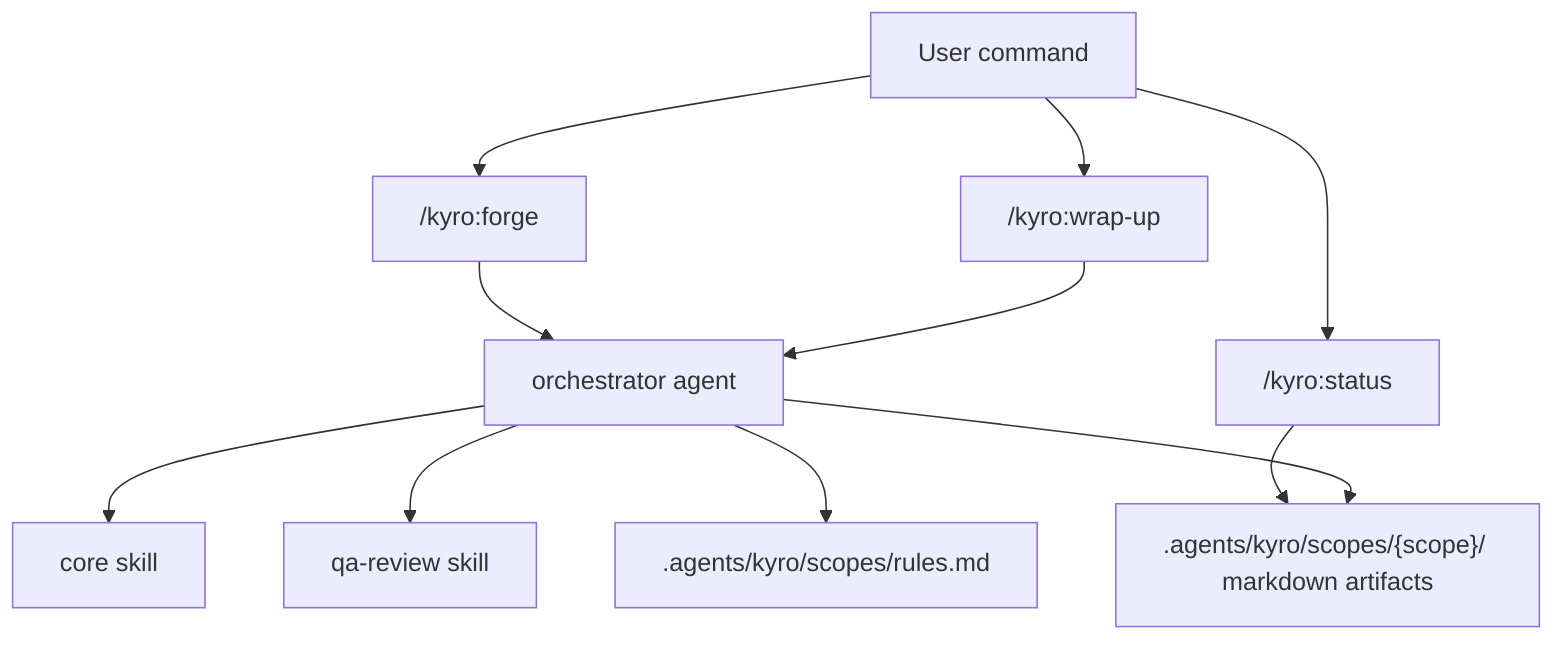
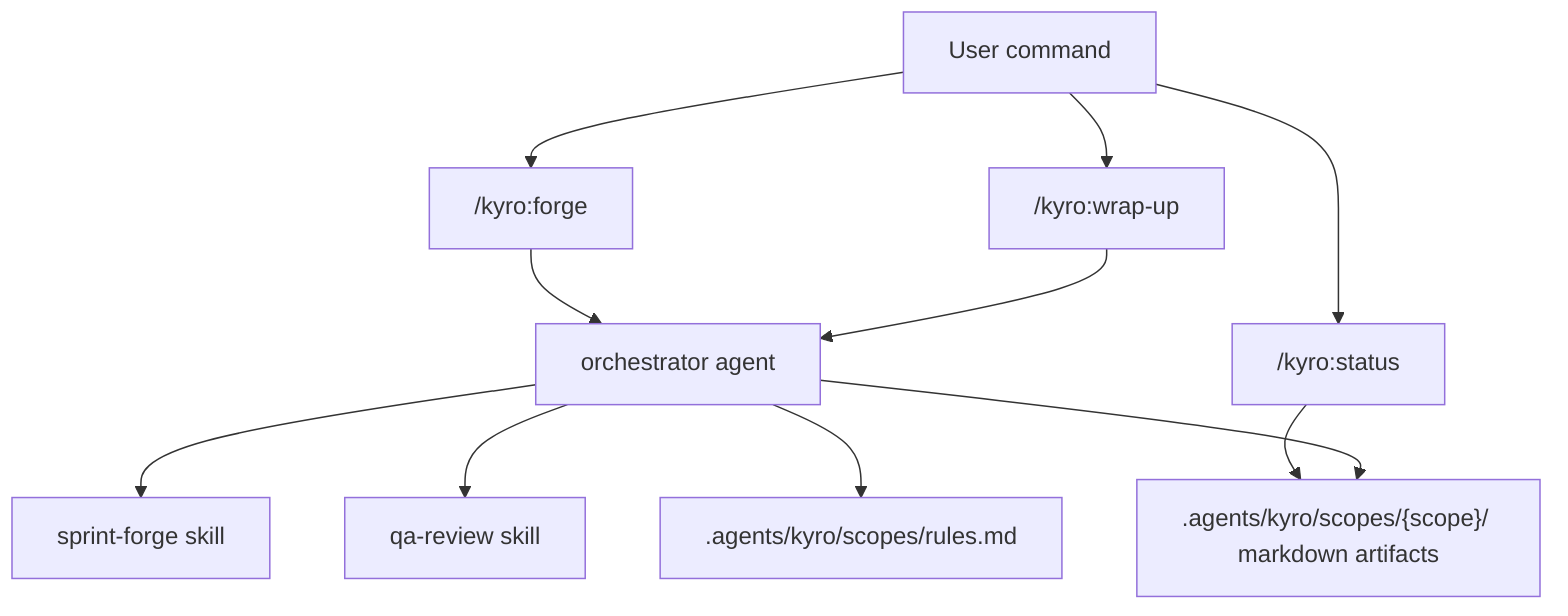
flowchart TD
    USER["User command"]
    FORGE["/kyro:forge"]
    STATUS["/kyro:status"]
    WRAP["/kyro:wrap-up"]
    ORCH["orchestrator agent"]
-     SPRINT["core skill"]
+     SPRINT["sprint-forge skill"]
    QA["qa-review skill"]
    RULES[".agents/kyro/scopes/rules.md"]
    SCOPE[".agents/kyro/scopes/{scope}/ markdown artifacts"]

    USER --> FORGE
    USER --> STATUS
    USER --> WRAP
    FORGE --> ORCH
    WRAP --> ORCH
    STATUS --> SCOPE
    ORCH --> SPRINT
    ORCH --> QA
    ORCH --> RULES
    ORCH --> SCOPE
